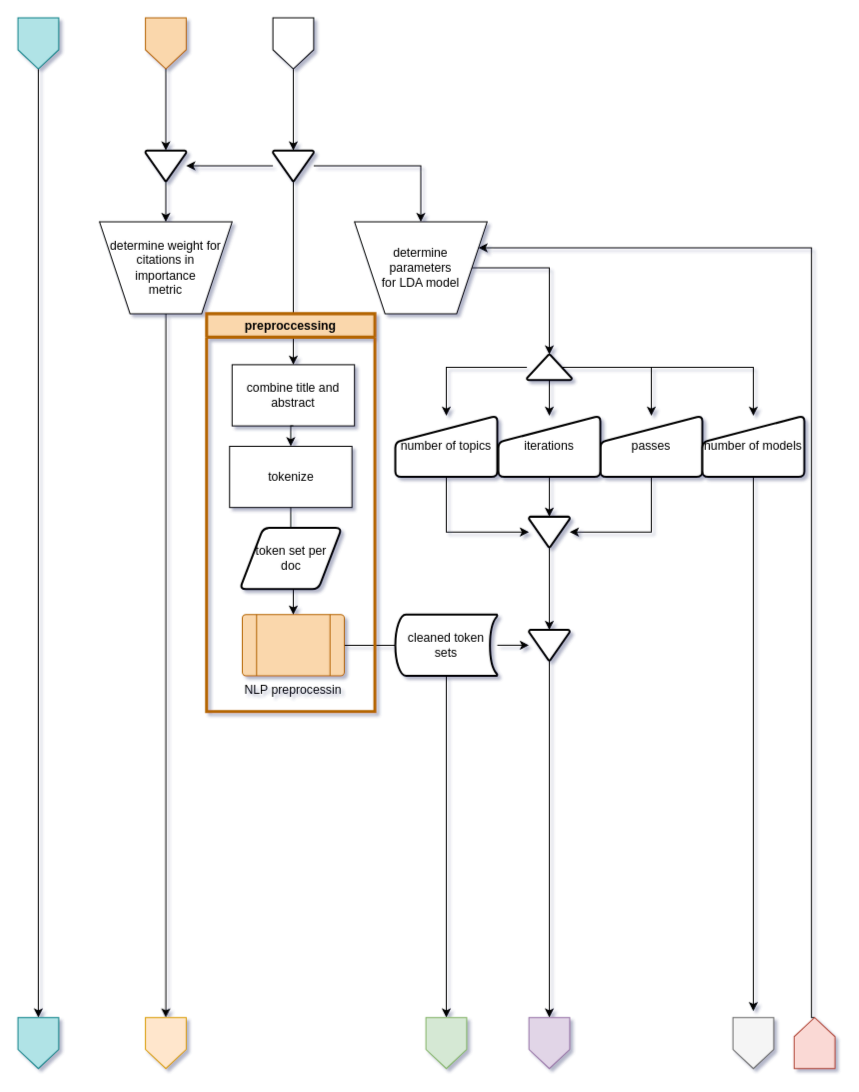
The draw.io diagram page "Seite-3" (3 of 7) of mainSrc/literaturesurveyflowchart.drawio in PaulPuettbach/literature_study, before the edit. Source tidied: cells renumbered, new cells numbered last; positions are measured from the earlier drawing's top-left corner, leaving out a move shared by most shapes. Both pictures are drawn from the tidied source at 102%, with x=0, y=0 at pixel (17, 17).
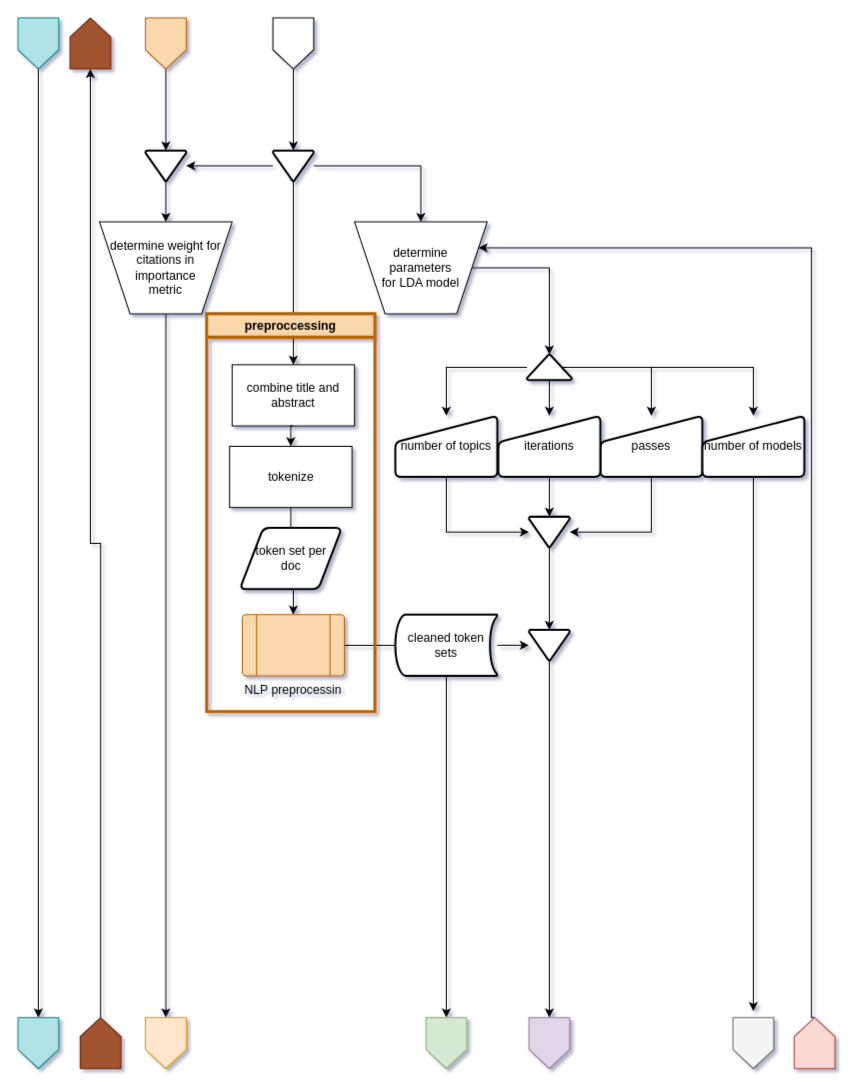
After the change.

Change to the diagram source:
```diff
@@
+    <mxCell id="53" style="edgeStyle=orthogonalEdgeStyle;rounded=0;jettySize=auto;html=1;" parent="1" edge="1" source="54" target="55">
+      <mxGeometry relative="1" as="geometry" />
+    </mxCell>
+    <mxCell id="54" style="shape=offPageConnector;whiteSpace=wrap;html=1;direction=west;fillColor=#a0522d;strokeColor=#6D1F00;fontColor=#ffffff;" parent="1" vertex="1">
+      <mxGeometry x="61" y="980" width="40" height="50" as="geometry" />
+    </mxCell>
+    <mxCell id="55" style="shape=offPageConnector;whiteSpace=wrap;html=1;direction=west;fillColor=#a0522d;strokeColor=#6D1F00;fontColor=#ffffff;" parent="1" vertex="1">
+      <mxGeometry x="51" width="40" height="50" as="geometry" />
+    </mxCell>
```
